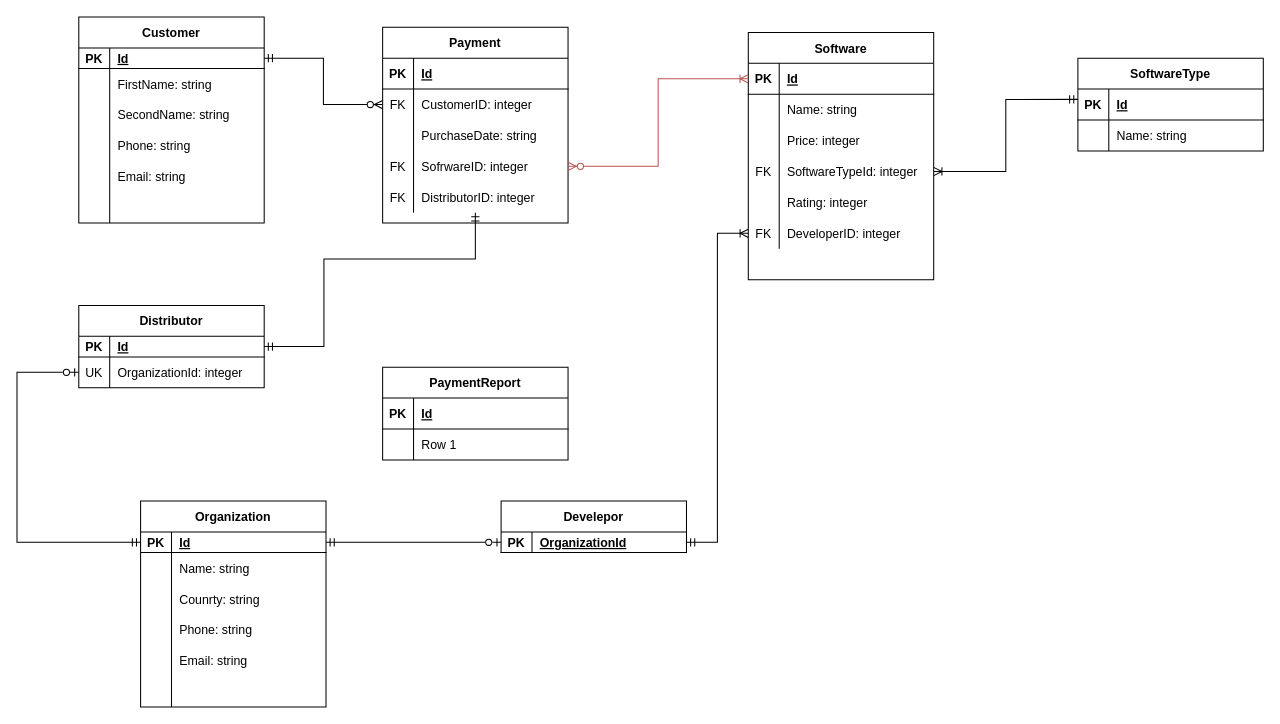
Earlier version of the draw.io diagram ER_Diagr.drawio (NikitaGusevZ/FirstRepository). Source tidied: cells renumbered, new cells numbered last; positions are measured from the earlier drawing's top-left corner, leaving out a move shared by most shapes. Both pictures are drawn from the tidied source at 103%, with x=0, y=0 at pixel (16, 16).
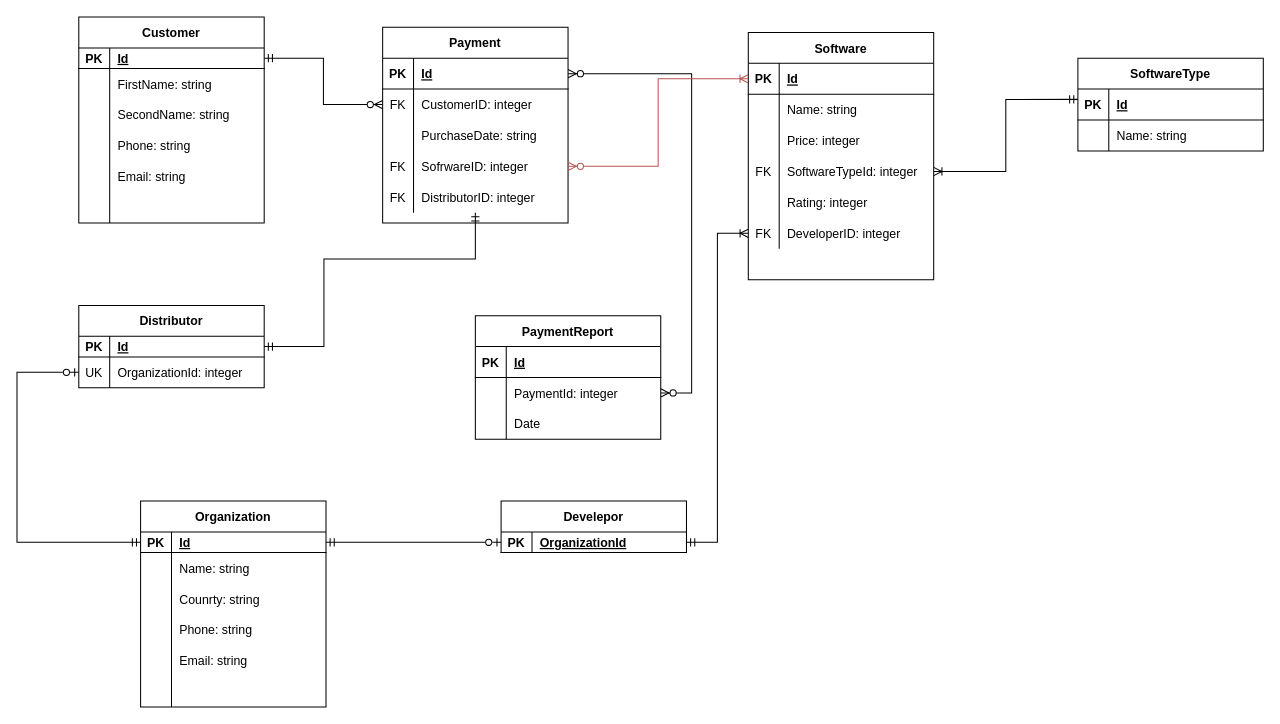
Above is the later version.

The change refers to these unchanged cells:
```xml
<mxCell id="41" style="shape=partialRectangle;fillColor=none;top=0;left=0;bottom=1;right=0;points=[[0,0.5],[1,0.5]];portConstraint=eastwest;strokeColor=default;" parent="40" vertex="1">
  <mxGeometry y="30" width="180" height="30" as="geometry" />
</mxCell>
<mxCell id="53" style="shape=partialRectangle;fillColor=none;top=0;left=0;bottom=0;right=0;points=[[0,0.5],[1,0.5]];portConstraint=eastwest;strokeColor=default;" parent="40" vertex="1">
  <mxGeometry y="150" width="180" height="30" as="geometry" />
</mxCell>
<mxCell id="59" style="shape=partialRectangle;fillColor=none;top=0;left=0;bottom=1;right=0;points=[[0,0.5],[1,0.5]];portConstraint=eastwest;strokeColor=default;" parent="58" vertex="1">
  <mxGeometry y="30" width="180" height="20" as="geometry" />
</mxCell>
<mxCell id="104" style="shape=partialRectangle;fillColor=none;top=0;left=0;bottom=0;right=0;points=[[0,0.5],[1,0.5]];portConstraint=eastwest;" parent="100" vertex="1">
  <mxGeometry y="60" width="180" height="30" as="geometry" />
</mxCell>
```

Diff of the diagram source:
```diff
@@
+    <mxCell id="107" style="edgeStyle=entityRelationEdgeStyle;fontSize=12;html=1;endArrow=ERzeroToMany;endFill=1;startArrow=ERzeroToMany;rounded=0;" parent="1" edge="1" source="41" target="104">
+      <mxGeometry relative="1" as="geometry" />
+    </mxCell>
@@
     <mxCell id="65" style="edgeStyle=orthogonalEdgeStyle;fontSize=12;html=1;endArrow=ERmandOne;startArrow=ERmandOne;rounded=0;" parent="1" edge="1" source="59" target="53">
       <mxGeometry relative="1" as="geometry">
         <Array as="points">
           <mxPoint x="298" y="320" />
           <mxPoint x="298" y="235" />
+          <mxPoint x="445" y="235" />
         </Array>
       </mxGeometry>
     </mxCell>
@@
     <mxCell id="100" value="PaymentReport" style="shape=table;startSize=30;childLayout=tableLayout;rowLines=0;fontStyle=1;align=center;" parent="1" vertex="1">
-      <mxGeometry x="355" y="340" width="180" height="90" as="geometry" />
+      <mxGeometry x="445" y="290" width="180" height="120" as="geometry" />
     </mxCell>
@@
-    <mxCell id="106" value="Row 1" style="shape=partialRectangle;fillColor=none;top=0;left=0;bottom=0;right=0;align=left;spacingLeft=6;overflow=hidden;" parent="104" vertex="1">
+    <mxCell id="106" value="PaymentId: integer" style="shape=partialRectangle;fillColor=none;top=0;left=0;bottom=0;right=0;align=left;spacingLeft=6;overflow=hidden;" parent="104" vertex="1">
       <mxGeometry x="30" width="150" height="30" as="geometry" />
     </mxCell>
+    <mxCell id="108" style="shape=partialRectangle;fillColor=none;top=0;left=0;bottom=0;right=0;" parent="100" vertex="1">
+      <mxGeometry y="90" width="180" height="30" as="geometry" />
+    </mxCell>
+    <mxCell id="109" style="shape=partialRectangle;fillColor=none;top=0;left=0;bottom=0;right=0;overflow=hidden;" parent="108" vertex="1">
+      <mxGeometry width="30" height="30" as="geometry" />
+    </mxCell>
+    <mxCell id="110" value="Date" style="shape=partialRectangle;fillColor=none;top=0;left=0;bottom=0;right=0;align=left;spacingLeft=6;overflow=hidden;" parent="108" vertex="1">
+      <mxGeometry x="30" width="150" height="30" as="geometry" />
+    </mxCell>
```
